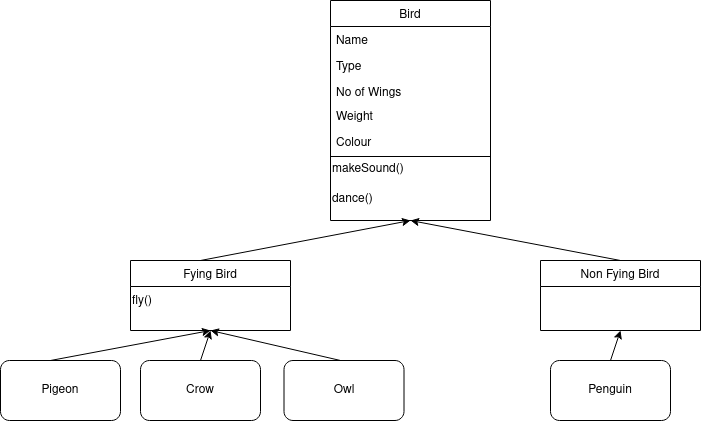
Earlier version of the draw.io export images/Bird3.png (KiranACD/PracticelldJava). Source tidied: cells renumbered, new cells last; positions are measured from the earlier drawing's top-left corner, leaving out a move shared by most shapes. Source of this version:
```xml
<mxGraphModel>
  <root>
    <mxCell id="0" />
    <mxCell id="1" parent="0" />
    <mxCell id="2" value="Bird" style="swimlane;fontStyle=0;align=center;verticalAlign=top;horizontal=1;startSize=26;rounded=0;shadow=0;strokeWidth=1;" parent="1" vertex="1">
      <mxGeometry x="330" width="160" height="220" as="geometry" />
    </mxCell>
    <mxCell id="3" value="Name" style="text;align=left;verticalAlign=top;spacingLeft=4;spacingRight=4;overflow=hidden;" parent="2" vertex="1">
      <mxGeometry y="26" width="160" height="26" as="geometry" />
    </mxCell>
    <mxCell id="4" value="Type" style="text;align=left;verticalAlign=top;spacingLeft=4;spacingRight=4;overflow=hidden;rounded=0;shadow=0;html=0;" parent="2" vertex="1">
      <mxGeometry y="52" width="160" height="26" as="geometry" />
    </mxCell>
    <mxCell id="5" value="No of Wings" style="text;align=left;verticalAlign=top;spacingLeft=4;spacingRight=4;overflow=hidden;rounded=0;shadow=0;html=0;" parent="2" vertex="1">
      <mxGeometry y="78" width="160" height="24" as="geometry" />
    </mxCell>
    <mxCell id="6" value="Weight" style="text;align=left;verticalAlign=top;spacingLeft=4;spacingRight=4;overflow=hidden;rounded=0;shadow=0;html=0;" parent="2" vertex="1">
      <mxGeometry y="102" width="160" height="26" as="geometry" />
    </mxCell>
    <mxCell id="7" value="Colour" style="text;align=left;verticalAlign=top;spacingLeft=4;spacingRight=4;overflow=hidden;rounded=0;shadow=0;html=0;" parent="2" vertex="1">
      <mxGeometry y="128" width="160" height="26" as="geometry" />
    </mxCell>
    <mxCell id="8" style="endArrow=none;html=1;rounded=0;" parent="2" edge="1">
      <mxGeometry relative="1" as="geometry">
        <mxPoint y="156" as="sourcePoint" />
        <mxPoint x="160" y="156" as="targetPoint" />
      </mxGeometry>
    </mxCell>
    <mxCell id="9" value="makeSound()" style="text;html=1;strokeColor=none;fillColor=none;align=left;verticalAlign=middle;whiteSpace=wrap;rounded=0;" parent="2" vertex="1">
      <mxGeometry y="154" width="160" height="30" as="geometry" />
    </mxCell>
    <mxCell id="10" value="dance()" style="text;html=1;strokeColor=none;fillColor=none;align=left;verticalAlign=middle;whiteSpace=wrap;rounded=0;" parent="2" vertex="1">
      <mxGeometry y="184" width="160" height="30" as="geometry" />
    </mxCell>
    <mxCell id="11" value="Fying Bird" style="swimlane;fontStyle=0;align=center;verticalAlign=top;horizontal=1;startSize=26;rounded=0;shadow=0;strokeWidth=1;" parent="1" vertex="1">
      <mxGeometry x="130" y="260" width="160" height="70" as="geometry" />
    </mxCell>
    <mxCell id="12" value="fly()" style="text;html=1;strokeColor=none;fillColor=none;align=left;verticalAlign=middle;whiteSpace=wrap;rounded=0;" parent="11" vertex="1">
      <mxGeometry y="26" width="160" height="30" as="geometry" />
    </mxCell>
    <mxCell id="13" style="endArrow=classic;html=1;rounded=0;entryX=0.5;entryY=1;entryDx=0;entryDy=0;" parent="11" edge="1" target="11">
      <mxGeometry relative="1" as="geometry">
        <mxPoint x="70" y="100" as="sourcePoint" />
      </mxGeometry>
    </mxCell>
    <mxCell id="14" value="Non Fying Bird" style="swimlane;fontStyle=0;align=center;verticalAlign=top;horizontal=1;startSize=26;rounded=0;shadow=0;strokeWidth=1;" parent="1" vertex="1">
      <mxGeometry x="540" y="260" width="160" height="70" as="geometry" />
    </mxCell>
    <mxCell id="15" value="Pigeon" style="rounded=1;whiteSpace=wrap;html=1;" parent="1" vertex="1">
      <mxGeometry y="360" width="120" height="60" as="geometry" />
    </mxCell>
    <mxCell id="16" value="Crow" style="rounded=1;whiteSpace=wrap;html=1;" parent="1" vertex="1">
      <mxGeometry x="140" y="360" width="120" height="60" as="geometry" />
    </mxCell>
    <mxCell id="17" value="Owl" style="rounded=1;whiteSpace=wrap;html=1;" parent="1" vertex="1">
      <mxGeometry x="283.5" y="360" width="120" height="60" as="geometry" />
    </mxCell>
    <mxCell id="18" value="Penguin" style="rounded=1;whiteSpace=wrap;html=1;" parent="1" vertex="1">
      <mxGeometry x="550" y="360" width="120" height="60" as="geometry" />
    </mxCell>
    <mxCell id="19" style="endArrow=classic;html=1;rounded=0;entryX=0.5;entryY=1;entryDx=0;entryDy=0;" parent="1" edge="1" target="11">
      <mxGeometry relative="1" as="geometry">
        <mxPoint x="50" y="360" as="sourcePoint" />
      </mxGeometry>
    </mxCell>
    <mxCell id="20" style="endArrow=classic;html=1;rounded=0;entryX=0.5;entryY=1;entryDx=0;entryDy=0;" parent="1" edge="1" target="11">
      <mxGeometry relative="1" as="geometry">
        <mxPoint x="340" y="360" as="sourcePoint" />
      </mxGeometry>
    </mxCell>
    <mxCell id="21" style="endArrow=classic;html=1;rounded=0;entryX=0.5;entryY=1;entryDx=0;entryDy=0;" parent="1" edge="1" target="14">
      <mxGeometry relative="1" as="geometry">
        <mxPoint x="610" y="360" as="sourcePoint" />
      </mxGeometry>
    </mxCell>
    <mxCell id="22" style="endArrow=classic;html=1;rounded=0;entryX=0.5;entryY=1;entryDx=0;entryDy=0;" parent="1" edge="1" target="2">
      <mxGeometry relative="1" as="geometry">
        <mxPoint x="200" y="260" as="sourcePoint" />
      </mxGeometry>
    </mxCell>
    <mxCell id="23" style="endArrow=classic;html=1;rounded=0;entryX=0.5;entryY=1;entryDx=0;entryDy=0;" parent="1" edge="1" target="2">
      <mxGeometry relative="1" as="geometry">
        <mxPoint x="620" y="260" as="sourcePoint" />
      </mxGeometry>
    </mxCell>
  </root>
</mxGraphModel>
```
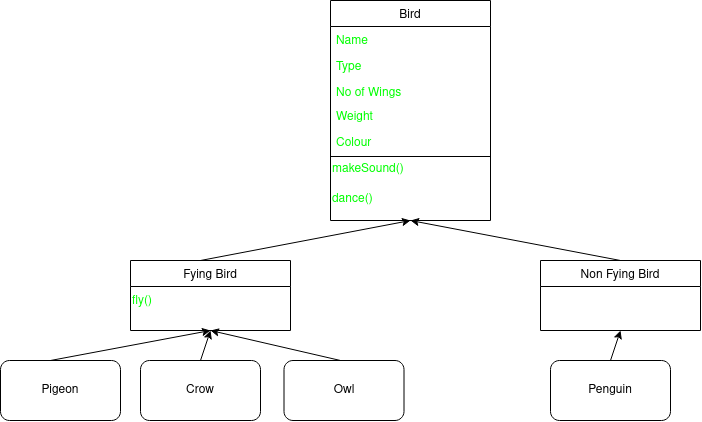
The same file after the commit.

Commit message:
Flying NonFlying2

Diff of the diagram source:
```diff
@@ -5,19 +5,19 @@
     <mxCell id="2" value="Bird" style="swimlane;fontStyle=0;align=center;verticalAlign=top;horizontal=1;startSize=26;rounded=0;shadow=0;strokeWidth=1;" parent="1" vertex="1">
       <mxGeometry x="330" width="160" height="220" as="geometry" />
     </mxCell>
-    <mxCell id="3" value="Name" style="text;align=left;verticalAlign=top;spacingLeft=4;spacingRight=4;overflow=hidden;" parent="2" vertex="1">
+    <mxCell id="3" value="Name" style="text;align=left;verticalAlign=top;spacingLeft=4;spacingRight=4;overflow=hidden;fontColor=#00FF00;" parent="2" vertex="1">
       <mxGeometry y="26" width="160" height="26" as="geometry" />
     </mxCell>
-    <mxCell id="4" value="Type" style="text;align=left;verticalAlign=top;spacingLeft=4;spacingRight=4;overflow=hidden;rounded=0;shadow=0;html=0;" parent="2" vertex="1">
+    <mxCell id="4" value="Type" style="text;align=left;verticalAlign=top;spacingLeft=4;spacingRight=4;overflow=hidden;rounded=0;shadow=0;html=0;fontColor=#00FF00;" parent="2" vertex="1">
       <mxGeometry y="52" width="160" height="26" as="geometry" />
     </mxCell>
-    <mxCell id="5" value="No of Wings" style="text;align=left;verticalAlign=top;spacingLeft=4;spacingRight=4;overflow=hidden;rounded=0;shadow=0;html=0;" parent="2" vertex="1">
+    <mxCell id="5" value="No of Wings" style="text;align=left;verticalAlign=top;spacingLeft=4;spacingRight=4;overflow=hidden;rounded=0;shadow=0;html=0;fontColor=#00FF00;" parent="2" vertex="1">
       <mxGeometry y="78" width="160" height="24" as="geometry" />
     </mxCell>
-    <mxCell id="6" value="Weight" style="text;align=left;verticalAlign=top;spacingLeft=4;spacingRight=4;overflow=hidden;rounded=0;shadow=0;html=0;" parent="2" vertex="1">
+    <mxCell id="6" value="Weight" style="text;align=left;verticalAlign=top;spacingLeft=4;spacingRight=4;overflow=hidden;rounded=0;shadow=0;html=0;fontColor=#00FF00;" parent="2" vertex="1">
       <mxGeometry y="102" width="160" height="26" as="geometry" />
     </mxCell>
-    <mxCell id="7" value="Colour" style="text;align=left;verticalAlign=top;spacingLeft=4;spacingRight=4;overflow=hidden;rounded=0;shadow=0;html=0;" parent="2" vertex="1">
+    <mxCell id="7" value="Colour" style="text;align=left;verticalAlign=top;spacingLeft=4;spacingRight=4;overflow=hidden;rounded=0;shadow=0;html=0;fontColor=#00FF00;" parent="2" vertex="1">
       <mxGeometry y="128" width="160" height="26" as="geometry" />
     </mxCell>
     <mxCell id="8" style="endArrow=none;html=1;rounded=0;" parent="2" edge="1">
@@ -26,16 +26,16 @@
         <mxPoint x="160" y="156" as="targetPoint" />
       </mxGeometry>
     </mxCell>
-    <mxCell id="9" value="makeSound()" style="text;html=1;strokeColor=none;fillColor=none;align=left;verticalAlign=middle;whiteSpace=wrap;rounded=0;" parent="2" vertex="1">
+    <mxCell id="9" value="&lt;font color=&quot;#00FF00&quot;&gt;makeSound()&lt;/font&gt;" style="text;html=1;strokeColor=none;fillColor=none;align=left;verticalAlign=middle;whiteSpace=wrap;rounded=0;" parent="2" vertex="1">
       <mxGeometry y="154" width="160" height="30" as="geometry" />
     </mxCell>
-    <mxCell id="10" value="dance()" style="text;html=1;strokeColor=none;fillColor=none;align=left;verticalAlign=middle;whiteSpace=wrap;rounded=0;" parent="2" vertex="1">
+    <mxCell id="10" value="&lt;font color=&quot;#00FF00&quot;&gt;dance()&lt;/font&gt;" style="text;html=1;strokeColor=none;fillColor=none;align=left;verticalAlign=middle;whiteSpace=wrap;rounded=0;" parent="2" vertex="1">
       <mxGeometry y="184" width="160" height="30" as="geometry" />
     </mxCell>
     <mxCell id="11" value="Fying Bird" style="swimlane;fontStyle=0;align=center;verticalAlign=top;horizontal=1;startSize=26;rounded=0;shadow=0;strokeWidth=1;" parent="1" vertex="1">
       <mxGeometry x="130" y="260" width="160" height="70" as="geometry" />
     </mxCell>
-    <mxCell id="12" value="fly()" style="text;html=1;strokeColor=none;fillColor=none;align=left;verticalAlign=middle;whiteSpace=wrap;rounded=0;" parent="11" vertex="1">
+    <mxCell id="12" value="&lt;font color=&quot;#00FF00&quot;&gt;fly()&lt;/font&gt;" style="text;html=1;strokeColor=none;fillColor=none;align=left;verticalAlign=middle;whiteSpace=wrap;rounded=0;" parent="11" vertex="1">
       <mxGeometry y="26" width="160" height="30" as="geometry" />
     </mxCell>
     <mxCell id="13" style="endArrow=classic;html=1;rounded=0;entryX=0.5;entryY=1;entryDx=0;entryDy=0;" parent="11" edge="1" target="11">
```
